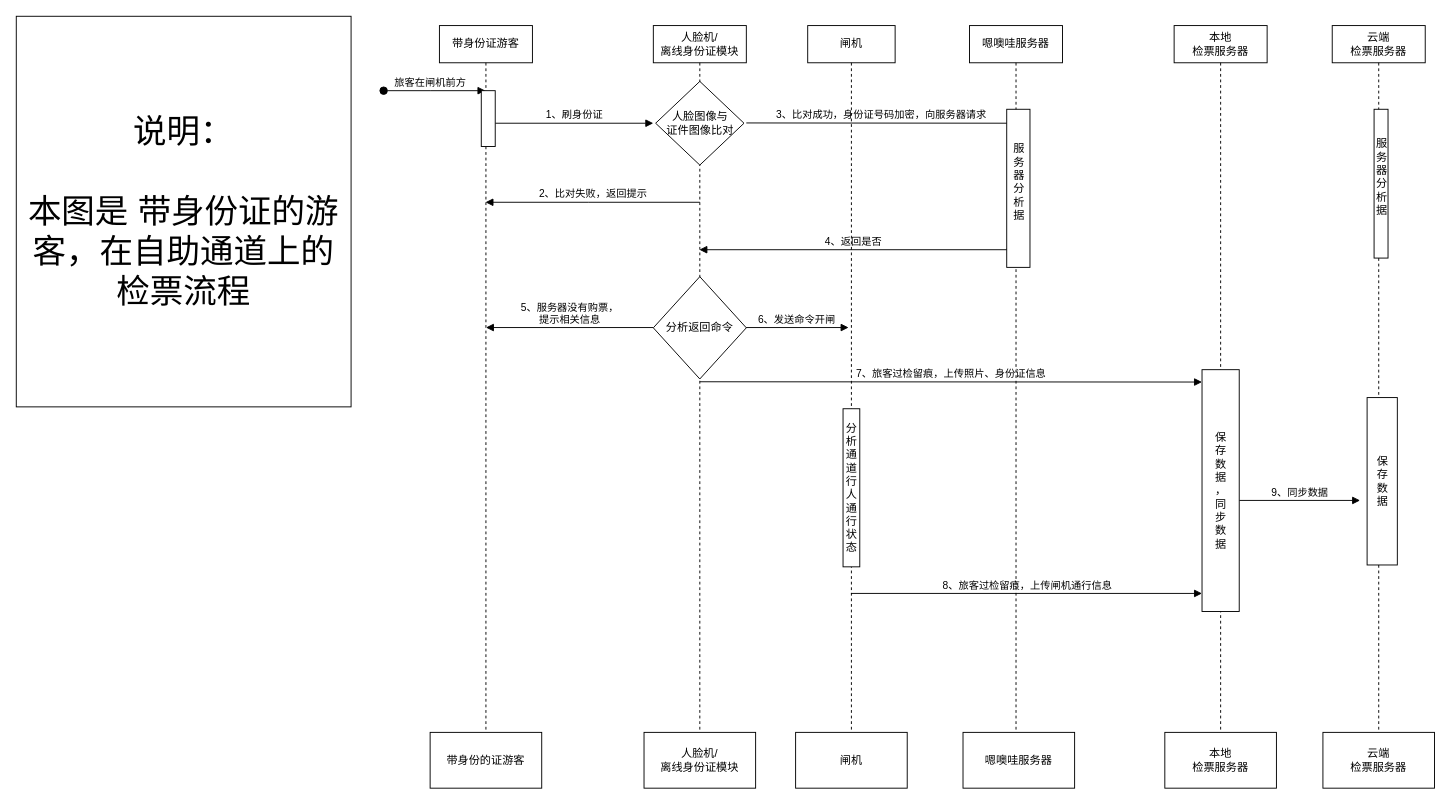
Before: 带身份证游客--自助通道.drawio in liucg63/-, a draw.io diagram. Source tidied: cells renumbered, new cells numbered last; positions are measured from the earlier drawing's top-left corner, leaving out a move shared by most shapes. Both pictures are drawn from the tidied source at 93%, with x=0, y=0 at pixel (16, 16).
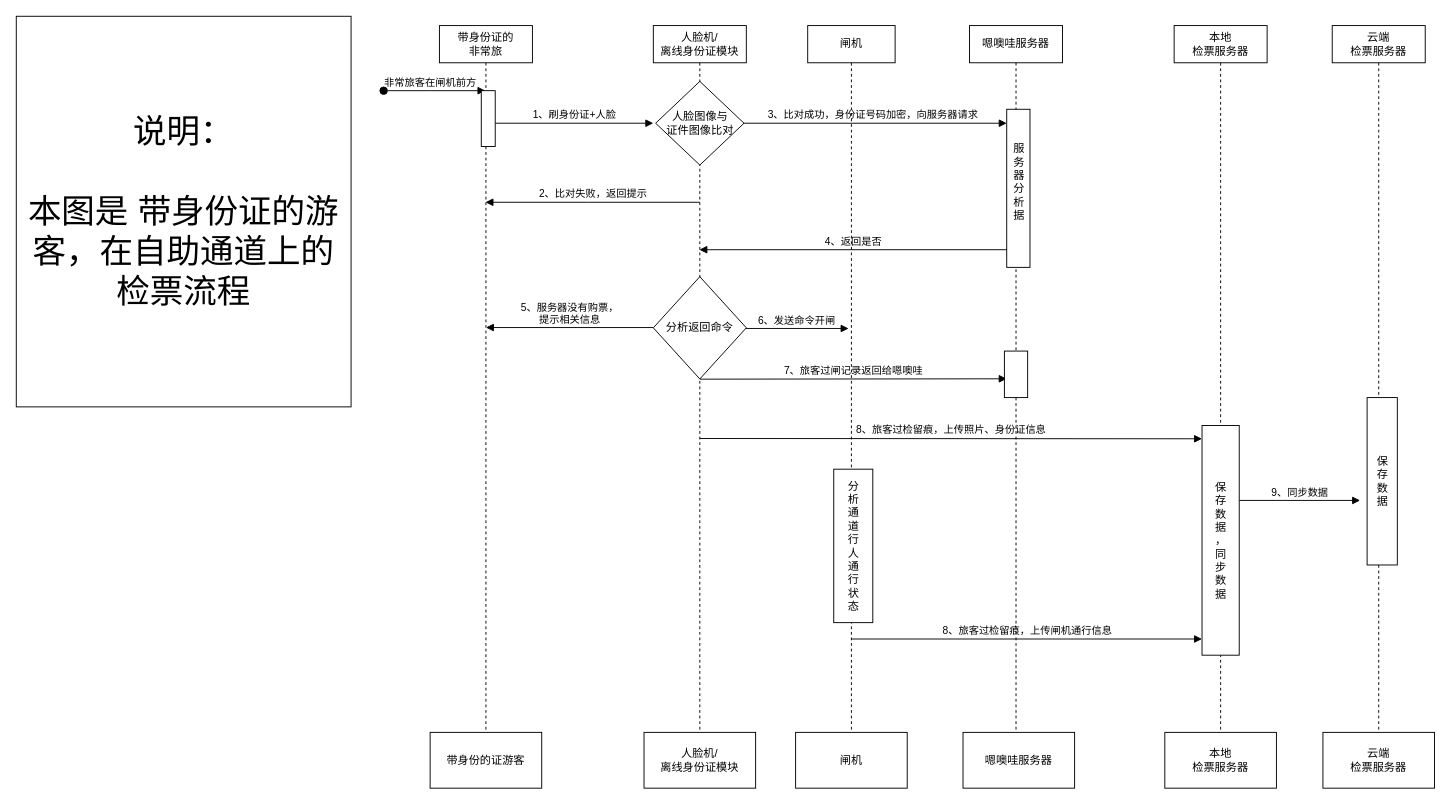
Above is the later version.

Commit message (it also covers changes not shown here):
更新带身份证游客--自助通道.drawio

The change refers to these unchanged cells:
```xml
<mxCell id="12" style="group;" parent="1" vertex="1">
  <mxGeometry x="445" y="10" width="120" height="820" as="geometry" />
</mxCell>
<mxCell id="14" style="html=1;points=[];perimeter=orthogonalPerimeter;outlineConnect=0;targetShapes=umlLifeline;portConstraint=eastwest;newEdgeStyle={&quot;edgeStyle&quot;:&quot;elbowEdgeStyle&quot;,&quot;elbow&quot;:&quot;vertical&quot;,&quot;curved&quot;:0,&quot;rounded&quot;:0};labelBackgroundColor=none;" parent="13" vertex="1">
  <mxGeometry x="45" y="70" width="15" height="60" as="geometry" />
</mxCell>
<mxCell id="16" style="group;" parent="1" vertex="1">
  <mxGeometry x="675" y="10" width="120" height="820" as="geometry" />
</mxCell>
<mxCell id="20" value="闸机" style="shape=umlLifeline;perimeter=lifelinePerimeter;whiteSpace=wrap;html=1;outlineConnect=0;portConstraint=eastwest;newEdgeStyle={&quot;edgeStyle&quot;:&quot;elbowEdgeStyle&quot;,&quot;elbow&quot;:&quot;vertical&quot;,&quot;curved&quot;:0,&quot;rounded&quot;:0};labelBackgroundColor=none;" parent="19" vertex="1">
  <mxGeometry x="13" width="94" height="760" as="geometry" />
</mxCell>
<mxCell id="23" style="group;" parent="1" vertex="1">
  <mxGeometry x="1018" y="10" width="120" height="820" as="geometry" />
</mxCell>
<mxCell id="24" value="嗯噢哇服务器" style="shape=umlLifeline;perimeter=lifelinePerimeter;whiteSpace=wrap;html=1;outlineConnect=0;portConstraint=eastwest;newEdgeStyle={&quot;edgeStyle&quot;:&quot;elbowEdgeStyle&quot;,&quot;elbow&quot;:&quot;vertical&quot;,&quot;curved&quot;:0,&quot;rounded&quot;:0};labelBackgroundColor=none;" parent="23" vertex="1">
  <mxGeometry x="7" width="100" height="760" as="geometry" />
</mxCell>
<mxCell id="28" value="&lt;div&gt;本地&lt;/div&gt;检票服务器" style="shape=umlLifeline;perimeter=lifelinePerimeter;whiteSpace=wrap;html=1;newEdgeStyle={&quot;edgeStyle&quot;:&quot;elbowEdgeStyle&quot;,&quot;elbow&quot;:&quot;vertical&quot;,&quot;curved&quot;:0,&quot;rounded&quot;:0};labelBackgroundColor=none;" parent="27" vertex="1">
  <mxGeometry x="10" width="100" height="760" as="geometry" />
</mxCell>
<mxCell id="32" value="云端&lt;div&gt;检票服务器&lt;/div&gt;" style="shape=umlLifeline;perimeter=lifelinePerimeter;whiteSpace=wrap;html=1;newEdgeStyle={&quot;edgeStyle&quot;:&quot;elbowEdgeStyle&quot;,&quot;elbow&quot;:&quot;vertical&quot;,&quot;curved&quot;:0,&quot;rounded&quot;:0};labelBackgroundColor=none;" parent="31" vertex="1">
  <mxGeometry x="10" width="100" height="760" as="geometry" />
</mxCell>
<mxCell id="36" value="人脸图像与&lt;div&gt;证件图像比对&lt;/div&gt;" style="rhombus;whiteSpace=wrap;html=1;" parent="1" vertex="1">
  <mxGeometry x="687.5" y="70" width="95" height="90" as="geometry" />
</mxCell>
```

The edit, as a diff of the source:
```diff
@@
-    <mxCell id="2" value="1、刷身份证" style="html=1;verticalAlign=bottom;endArrow=block;edgeStyle=elbowEdgeStyle;elbow=vertical;curved=0;rounded=0;labelBackgroundColor=none;fontColor=default;" parent="1" edge="1" source="14">
+    <mxCell id="2" value="1、刷身份证+人脸" style="html=1;verticalAlign=bottom;endArrow=block;edgeStyle=elbowEdgeStyle;elbow=vertical;curved=0;rounded=0;labelBackgroundColor=none;fontColor=default;" parent="1" edge="1" source="14">
       <mxGeometry relative="1" as="geometry">
         <mxPoint x="685" y="115" as="targetPoint" />
         <Array as="points">
           <mxPoint x="515" y="115" />
           <mxPoint x="570" y="104.7" />
         </Array>
       </mxGeometry>
     </mxCell>
@@
-    <mxCell id="4" value="旅客在闸机前方" style="html=1;verticalAlign=bottom;startArrow=oval;endArrow=block;startSize=8;edgeStyle=elbowEdgeStyle;elbow=vertical;curved=0;rounded=0;labelBackgroundColor=none;fontColor=default;" parent="1" edge="1" target="13">
+    <mxCell id="4" value="非常旅客在闸机前方" style="html=1;verticalAlign=bottom;startArrow=oval;endArrow=block;startSize=8;edgeStyle=elbowEdgeStyle;elbow=vertical;curved=0;rounded=0;labelBackgroundColor=none;fontColor=default;" parent="1" edge="1" target="13">
       <mxGeometry x="-0.09" relative="1" as="geometry">
         <mxPoint x="395" y="80" as="sourcePoint" />
         <Array as="points">
           <mxPoint x="445" y="80" />
         </Array>
       </mxGeometry>
     </mxCell>
-    <mxCell id="5" value="3、比对成功，身份证号码加密，向服务器请求" style="html=1;verticalAlign=bottom;endArrow=block;edgeStyle=elbowEdgeStyle;elbow=vertical;curved=0;rounded=0;labelBackgroundColor=none;fontColor=default;" parent="1" edge="1" target="24">
+    <mxCell id="5" value="3、比对成功，身份证号码加密，向服务器请求" style="html=1;verticalAlign=bottom;endArrow=block;edgeStyle=elbowEdgeStyle;elbow=vertical;curved=0;rounded=0;labelBackgroundColor=none;fontColor=default;exitX=0.954;exitY=0.471;exitDx=0;exitDy=0;exitPerimeter=0;" parent="1" edge="1" source="36">
       <mxGeometry relative="1" as="geometry">
-        <mxPoint x="785" y="114.7" as="sourcePoint" />
+        <mxPoint x="1065" y="115" as="targetPoint" />
         <Array as="points">
           <mxPoint x="1075" y="115" />
           <mxPoint x="840" y="104.4" />
         </Array>
       </mxGeometry>
     </mxCell>
@@
     <mxCell id="8" value="6、发送命令开闸" style="html=1;verticalAlign=bottom;endArrow=block;edgeStyle=elbowEdgeStyle;elbow=vertical;curved=0;rounded=0;labelBackgroundColor=none;fontColor=default;" parent="1" edge="1">
       <mxGeometry relative="1" as="geometry">
-        <mxPoint x="782.5" y="334.7" as="sourcePoint" />
-        <mxPoint x="895" y="335" as="targetPoint" />
+        <mxPoint x="782.5" y="335.7" as="sourcePoint" />
+        <mxPoint x="895" y="336" as="targetPoint" />
         <Array as="points">
-          <mxPoint x="782.5" y="334.7" />
-          <mxPoint x="837.5" y="324.4" />
+          <mxPoint x="782.5" y="335.7" />
+          <mxPoint x="837.5" y="325.4" />
         </Array>
       </mxGeometry>
     </mxCell>
-    <mxCell id="9" value="7、旅客过检留痕，上传照片、身份证信息" style="html=1;verticalAlign=bottom;endArrow=block;edgeStyle=elbowEdgeStyle;elbow=vertical;curved=0;rounded=0;labelBackgroundColor=none;fontColor=default;" parent="1" edge="1">
+    <mxCell id="9" value="8、旅客过检留痕，上传照片、身份证信息" style="html=1;verticalAlign=bottom;endArrow=block;edgeStyle=elbowEdgeStyle;elbow=vertical;curved=0;rounded=0;labelBackgroundColor=none;fontColor=default;" parent="1" edge="1">
       <mxGeometry relative="1" as="geometry">
-        <mxPoint x="735" y="393" as="sourcePoint" />
-        <mxPoint x="1275" y="393" as="targetPoint" />
+        <mxPoint x="735" y="454" as="sourcePoint" />
+        <mxPoint x="1275" y="454" as="targetPoint" />
         <Array as="points">
-          <mxPoint x="1025" y="393.3" />
-          <mxPoint x="790" y="382.7" />
+          <mxPoint x="1025" y="454.3" />
+          <mxPoint x="790" y="443.7" />
         </Array>
       </mxGeometry>
     </mxCell>
-    <mxCell id="10" value="8、旅客过检留痕，上传闸机通行信息" style="html=1;verticalAlign=bottom;endArrow=block;edgeStyle=elbowEdgeStyle;elbow=vertical;curved=0;rounded=0;labelBackgroundColor=none;fontColor=default;" parent="1" edge="1" source="20">
+    <mxCell id="10" value="8、旅客过检留痕，上传闸机通行信息" style="html=1;verticalAlign=bottom;endArrow=block;edgeStyle=elbowEdgeStyle;elbow=vertical;curved=0;rounded=0;labelBackgroundColor=none;fontColor=default;" parent="1" edge="1">
       <mxGeometry relative="1" as="geometry">
-        <mxPoint x="1275" y="620" as="targetPoint" />
+        <mxPoint x="897.9" y="669.6" as="sourcePoint" />
+        <mxPoint x="1275" y="669" as="targetPoint" />
         <Array as="points">
-          <mxPoint x="1265" y="620.6" />
-          <mxPoint x="1030" y="610" />
+          <mxPoint x="1265" y="669.6" />
+          <mxPoint x="1030" y="659" />
         </Array>
       </mxGeometry>
     </mxCell>
@@
-    <mxCell id="13" value="带身份证游客" style="shape=umlLifeline;perimeter=lifelinePerimeter;whiteSpace=wrap;html=1;outlineConnect=0;portConstraint=eastwest;newEdgeStyle={&quot;edgeStyle&quot;:&quot;elbowEdgeStyle&quot;,&quot;elbow&quot;:&quot;vertical&quot;,&quot;curved&quot;:0,&quot;rounded&quot;:0};labelBackgroundColor=none;" parent="12" vertex="1">
+    <mxCell id="13" value="带身份证的&lt;div&gt;非常旅&lt;/div&gt;" style="shape=umlLifeline;perimeter=lifelinePerimeter;whiteSpace=wrap;html=1;outlineConnect=0;portConstraint=eastwest;newEdgeStyle={&quot;edgeStyle&quot;:&quot;elbowEdgeStyle&quot;,&quot;elbow&quot;:&quot;vertical&quot;,&quot;curved&quot;:0,&quot;rounded&quot;:0};labelBackgroundColor=none;" parent="12" vertex="1">
       <mxGeometry x="10" width="100" height="760" as="geometry" />
     </mxCell>
@@
+    <mxCell id="39" value="7、旅客过闸记录返回给嗯噢哇" style="html=1;verticalAlign=bottom;endArrow=block;edgeStyle=elbowEdgeStyle;elbow=vertical;curved=0;rounded=0;labelBackgroundColor=none;fontColor=default;" parent="16" edge="1">
+      <mxGeometry relative="1" as="geometry">
+        <mxPoint x="60" y="380.2" as="sourcePoint" />
+        <mxPoint x="390" y="380" as="targetPoint" />
+        <Array as="points">
+          <mxPoint x="20" y="379.8" />
+          <mxPoint x="165" y="369.2" />
+        </Array>
+      </mxGeometry>
+    </mxCell>
@@
     <mxCell id="21" value="分&lt;div&gt;析&lt;/div&gt;&lt;div&gt;通&lt;/div&gt;&lt;div&gt;道&lt;/div&gt;&lt;div&gt;行&lt;/div&gt;&lt;div&gt;人&lt;/div&gt;&lt;div&gt;通&lt;/div&gt;&lt;div&gt;行&lt;/div&gt;&lt;div&gt;状&lt;/div&gt;&lt;div&gt;态&lt;/div&gt;" style="html=1;perimeter=orthogonalPerimeter;targetShapes=umlLifeline;newEdgeStyle={&quot;edgeStyle&quot;:&quot;elbowEdgeStyle&quot;,&quot;elbow&quot;:&quot;vertical&quot;,&quot;curved&quot;:0,&quot;rounded&quot;:0};labelBackgroundColor=none;" parent="20" vertex="1">
-      <mxGeometry x="38" y="412" width="18" height="170" as="geometry" />
+      <mxGeometry x="28" y="477" width="42" height="165" as="geometry" />
     </mxCell>
@@
+    <mxCell id="40" value="&lt;div&gt;&lt;div&gt;&lt;br&gt;&lt;/div&gt;&lt;/div&gt;" style="html=1;perimeter=orthogonalPerimeter;targetShapes=umlLifeline;newEdgeStyle={&quot;edgeStyle&quot;:&quot;elbowEdgeStyle&quot;,&quot;elbow&quot;:&quot;vertical&quot;,&quot;curved&quot;:0,&quot;rounded&quot;:0};labelBackgroundColor=none;" parent="23" vertex="1">
+      <mxGeometry x="44.5" y="350" width="25" height="50" as="geometry" />
+    </mxCell>
@@
     <mxCell id="29" value="保&lt;div&gt;存&lt;/div&gt;&lt;div&gt;数&lt;/div&gt;&lt;div&gt;据&lt;br&gt;&lt;div&gt;&lt;div&gt;，&lt;/div&gt;&lt;/div&gt;&lt;/div&gt;&lt;div&gt;同&lt;/div&gt;&lt;div&gt;步&lt;/div&gt;&lt;div&gt;数&lt;/div&gt;&lt;div&gt;据&lt;/div&gt;" style="html=1;points=[];perimeter=orthogonalPerimeter;outlineConnect=0;targetShapes=umlLifeline;portConstraint=eastwest;newEdgeStyle={&quot;edgeStyle&quot;:&quot;elbowEdgeStyle&quot;,&quot;elbow&quot;:&quot;vertical&quot;,&quot;curved&quot;:0,&quot;rounded&quot;:0};labelBackgroundColor=none;" parent="28" vertex="1">
-      <mxGeometry x="30" y="370" width="40" height="260" as="geometry" />
+      <mxGeometry x="30" y="430" width="40" height="247" as="geometry" />
     </mxCell>
@@
-    <mxCell id="33" value="服&lt;div&gt;务&lt;/div&gt;&lt;div&gt;器&lt;/div&gt;&lt;div&gt;分&lt;/div&gt;&lt;div&gt;析&lt;/div&gt;&lt;div&gt;&lt;span style=&quot;background-color: transparent; color: light-dark(rgb(0, 0, 0), rgb(255, 255, 255));&quot;&gt;据&lt;/span&gt;&lt;/div&gt;&lt;div&gt;&lt;div&gt;&lt;br&gt;&lt;/div&gt;&lt;/div&gt;" style="html=1;perimeter=orthogonalPerimeter;targetShapes=umlLifeline;newEdgeStyle={&quot;edgeStyle&quot;:&quot;elbowEdgeStyle&quot;,&quot;elbow&quot;:&quot;vertical&quot;,&quot;curved&quot;:0,&quot;rounded&quot;:0};labelBackgroundColor=none;" parent="32" vertex="1">
-      <mxGeometry x="45" y="90" width="15" height="160" as="geometry" />
-    </mxCell>
```
